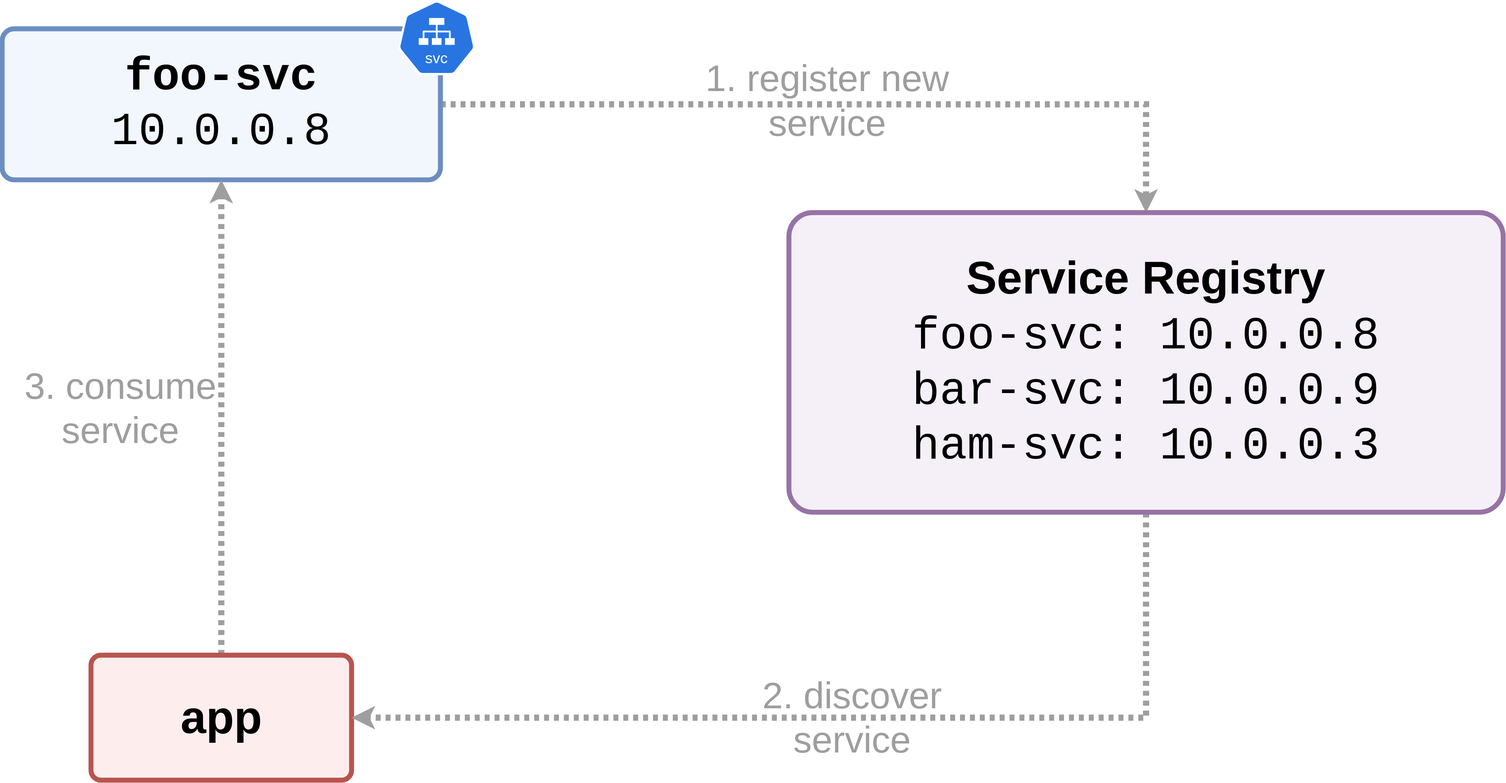
This is images/svc-2.svg from Braundo/kubernetes-guide, a draw.io export, as it was before one commit. Source tidied: cells renumbered, new cells last; positions are measured from the earlier drawing's top-left corner, leaving out a move shared by most shapes. The source it was exported from:
```xml
<mxGraphModel>
  <root>
    <mxCell id="0" />
    <mxCell id="1" parent="0" />
    <mxCell id="2" value="1. register new&lt;div style=&quot;font-size: 60px;&quot;&gt;service&lt;/div&gt;" style="edgeStyle=orthogonalEdgeStyle;rounded=0;jettySize=auto;html=1;exitX=1;exitY=0.5;exitDx=0;exitDy=0;entryX=0.5;entryY=0;entryDx=0;entryDy=0;strokeWidth=10;strokeColor=#9e9e9e;flowAnimation=1;labelBackgroundColor=none;fontColor=#9e9e9e;fontSize=60;" parent="1" edge="1" source="3" target="7">
      <mxGeometry x="-0.05" y="6" relative="1" as="geometry" />
    </mxCell>
    <mxCell id="3" value="&lt;b style=&quot;font-size: 74px;&quot;&gt;foo-svc&lt;/b&gt;&lt;div style=&quot;font-size: 74px;&quot;&gt;10.0.0.8&lt;/div&gt;" style="rounded=1;whiteSpace=wrap;html=1;arcSize=8;fillColor=#dae8fc;strokeColor=#6c8ebf;strokeWidth=8;fillOpacity=35;fontSize=74;fontFamily=Courier New;" parent="1" vertex="1">
      <mxGeometry y="46" width="708" height="244" as="geometry" />
    </mxCell>
    <mxCell id="4" value="3. consume&lt;div style=&quot;font-size: 60px;&quot;&gt;service&lt;/div&gt;" style="edgeStyle=orthogonalEdgeStyle;rounded=0;jettySize=auto;html=1;exitX=0.5;exitY=0;exitDx=0;exitDy=0;entryX=0.5;entryY=1;entryDx=0;entryDy=0;strokeWidth=10;strokeColor=#9e9e9e;flowAnimation=1;labelBackgroundColor=none;fontColor=#9e9e9e;fontSize=60;" parent="1" edge="1" source="5" target="3">
      <mxGeometry x="0.04" y="163" relative="1" as="geometry">
        <mxPoint y="1" as="offset" />
      </mxGeometry>
    </mxCell>
    <mxCell id="5" value="&lt;b&gt;app&lt;/b&gt;" style="rounded=1;whiteSpace=wrap;html=1;arcSize=8;fillColor=#f8cecc;strokeColor=#b85450;strokeWidth=8;fillOpacity=35;fontSize=74;fontFamily=Helvetica;" parent="1" vertex="1">
      <mxGeometry x="143.5" y="1058" width="421" height="202" as="geometry" />
    </mxCell>
    <mxCell id="6" value="2. discover&lt;div style=&quot;font-size: 60px;&quot;&gt;service&lt;/div&gt;" style="edgeStyle=orthogonalEdgeStyle;rounded=0;jettySize=auto;html=1;exitX=0.5;exitY=1;exitDx=0;exitDy=0;entryX=1;entryY=0.5;entryDx=0;entryDy=0;strokeWidth=10;strokeColor=#9e9e9e;flowAnimation=1;labelBackgroundColor=none;fontColor=#9e9e9e;fontSize=60;" parent="1" edge="1" source="7" target="5">
      <mxGeometry relative="1" as="geometry" />
    </mxCell>
    <mxCell id="7" value="&lt;div style=&quot;font-size: 74px;&quot;&gt;&lt;b&gt;&lt;font face=&quot;Helvetica&quot;&gt;Service Registry&lt;/font&gt;&lt;/b&gt;&lt;/div&gt;&lt;div style=&quot;font-size: 74px;&quot;&gt;foo-svc: 10.0.0.8&lt;/div&gt;&lt;div style=&quot;font-size: 74px;&quot;&gt;bar-svc: 10.0.0.9&lt;br&gt;&lt;/div&gt;&lt;div style=&quot;font-size: 74px;&quot;&gt;ham-svc: 10.0.0.3&lt;br&gt;&lt;/div&gt;" style="rounded=1;whiteSpace=wrap;html=1;arcSize=8;fillColor=#e1d5e7;strokeColor=#9673a6;strokeWidth=8;fillOpacity=35;fontSize=74;fontFamily=Courier New;" parent="1" vertex="1">
      <mxGeometry x="1271" y="343" width="1154" height="484" as="geometry" />
    </mxCell>
    <mxCell id="8" style="sketch=0;html=1;dashed=0;whitespace=wrap;fillColor=#2875E2;strokeColor=#ffffff;shape=mxgraph.kubernetes.icon2;kubernetesLabel=1;prIcon=svc;" parent="1" vertex="1">
      <mxGeometry x="639" width="126" height="121" as="geometry" />
    </mxCell>
  </root>
</mxGraphModel>
```
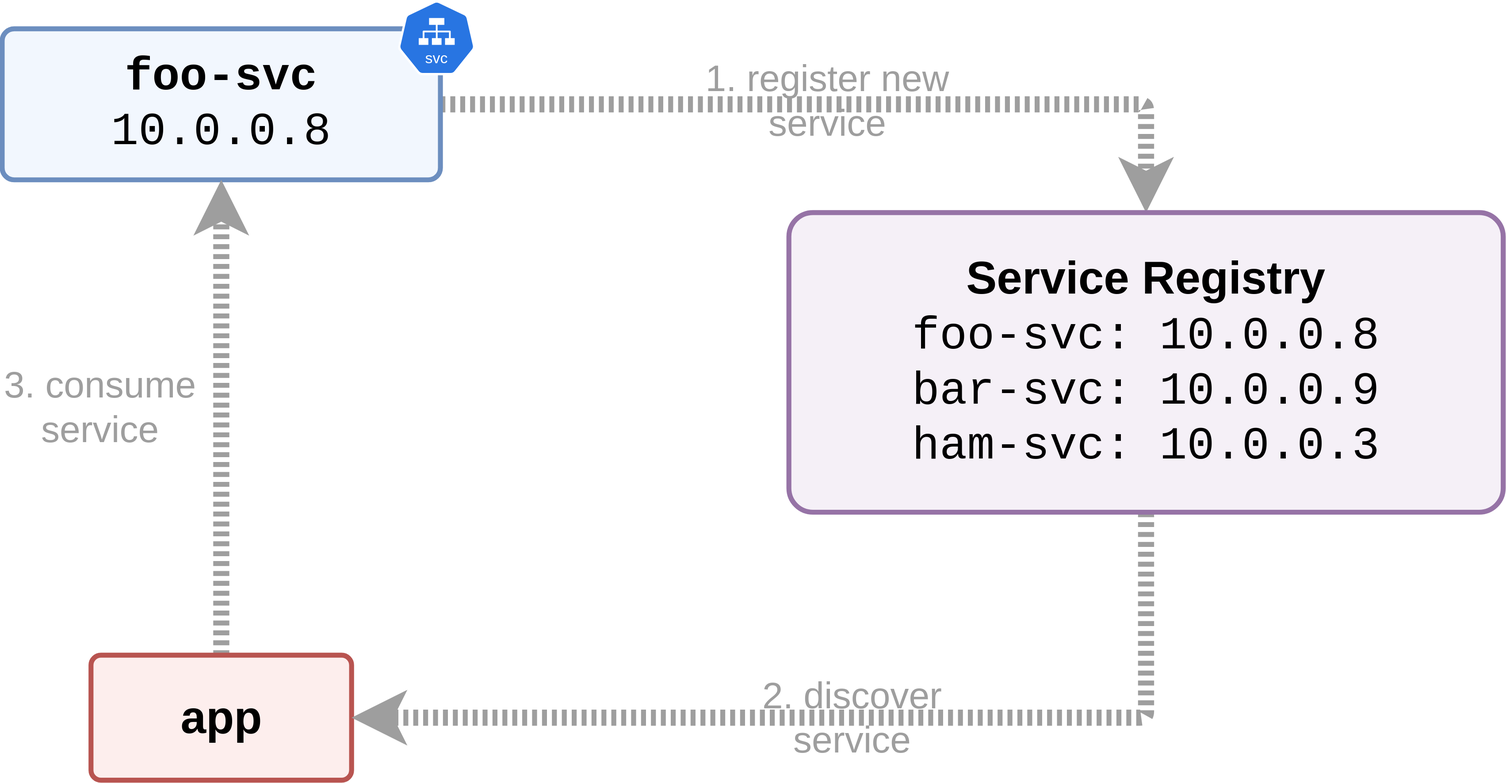
Above is the later version.

What changed in the source:
```diff
@@ -2,21 +2,21 @@
   <root>
     <mxCell id="0" />
     <mxCell id="1" parent="0" />
-    <mxCell id="2" value="1. register new&lt;div style=&quot;font-size: 60px;&quot;&gt;service&lt;/div&gt;" style="edgeStyle=orthogonalEdgeStyle;rounded=0;jettySize=auto;html=1;exitX=1;exitY=0.5;exitDx=0;exitDy=0;entryX=0.5;entryY=0;entryDx=0;entryDy=0;strokeWidth=10;strokeColor=#9e9e9e;flowAnimation=1;labelBackgroundColor=none;fontColor=#9e9e9e;fontSize=60;" parent="1" edge="1" source="3" target="7">
+    <mxCell id="2" value="1. register new&lt;div style=&quot;font-size: 60px;&quot;&gt;service&lt;/div&gt;" style="edgeStyle=orthogonalEdgeStyle;rounded=1;jettySize=auto;html=1;exitX=1;exitY=0.5;exitDx=0;exitDy=0;entryX=0.5;entryY=0;entryDx=0;entryDy=0;strokeWidth=26;strokeColor=#9e9e9e;flowAnimation=1;labelBackgroundColor=none;fontColor=#9e9e9e;fontSize=60;spacing=2;curved=0;" parent="1" edge="1" source="3" target="7">
       <mxGeometry x="-0.05" y="6" relative="1" as="geometry" />
     </mxCell>
     <mxCell id="3" value="&lt;b style=&quot;font-size: 74px;&quot;&gt;foo-svc&lt;/b&gt;&lt;div style=&quot;font-size: 74px;&quot;&gt;10.0.0.8&lt;/div&gt;" style="rounded=1;whiteSpace=wrap;html=1;arcSize=8;fillColor=#dae8fc;strokeColor=#6c8ebf;strokeWidth=8;fillOpacity=35;fontSize=74;fontFamily=Courier New;" parent="1" vertex="1">
       <mxGeometry y="46" width="708" height="244" as="geometry" />
     </mxCell>
-    <mxCell id="4" value="3. consume&lt;div style=&quot;font-size: 60px;&quot;&gt;service&lt;/div&gt;" style="edgeStyle=orthogonalEdgeStyle;rounded=0;jettySize=auto;html=1;exitX=0.5;exitY=0;exitDx=0;exitDy=0;entryX=0.5;entryY=1;entryDx=0;entryDy=0;strokeWidth=10;strokeColor=#9e9e9e;flowAnimation=1;labelBackgroundColor=none;fontColor=#9e9e9e;fontSize=60;" parent="1" edge="1" source="5" target="3">
-      <mxGeometry x="0.04" y="163" relative="1" as="geometry">
-        <mxPoint y="1" as="offset" />
+    <mxCell id="4" value="3. consume&lt;div style=&quot;font-size: 60px;&quot;&gt;service&lt;/div&gt;" style="edgeStyle=orthogonalEdgeStyle;rounded=0;jettySize=auto;html=1;exitX=0.5;exitY=0;exitDx=0;exitDy=0;entryX=0.5;entryY=1;entryDx=0;entryDy=0;strokeWidth=26;strokeColor=#9e9e9e;flowAnimation=1;labelBackgroundColor=none;fontColor=#9e9e9e;fontSize=60;" parent="1" edge="1" source="5" target="3">
+      <mxGeometry x="0.04" y="196" relative="1" as="geometry">
+        <mxPoint y="-1" as="offset" />
       </mxGeometry>
     </mxCell>
     <mxCell id="5" value="&lt;b&gt;app&lt;/b&gt;" style="rounded=1;whiteSpace=wrap;html=1;arcSize=8;fillColor=#f8cecc;strokeColor=#b85450;strokeWidth=8;fillOpacity=35;fontSize=74;fontFamily=Helvetica;" parent="1" vertex="1">
       <mxGeometry x="143.5" y="1058" width="421" height="202" as="geometry" />
     </mxCell>
-    <mxCell id="6" value="2. discover&lt;div style=&quot;font-size: 60px;&quot;&gt;service&lt;/div&gt;" style="edgeStyle=orthogonalEdgeStyle;rounded=0;jettySize=auto;html=1;exitX=0.5;exitY=1;exitDx=0;exitDy=0;entryX=1;entryY=0.5;entryDx=0;entryDy=0;strokeWidth=10;strokeColor=#9e9e9e;flowAnimation=1;labelBackgroundColor=none;fontColor=#9e9e9e;fontSize=60;" parent="1" edge="1" source="7" target="5">
+    <mxCell id="6" value="2. discover&lt;div style=&quot;font-size: 60px;&quot;&gt;service&lt;/div&gt;" style="edgeStyle=orthogonalEdgeStyle;rounded=1;jettySize=auto;html=1;exitX=0.5;exitY=1;exitDx=0;exitDy=0;entryX=1;entryY=0.5;entryDx=0;entryDy=0;strokeWidth=26;strokeColor=#9e9e9e;flowAnimation=1;labelBackgroundColor=none;fontColor=#9e9e9e;fontSize=60;curved=0;" parent="1" edge="1" source="7" target="5">
       <mxGeometry relative="1" as="geometry" />
     </mxCell>
     <mxCell id="7" value="&lt;div style=&quot;font-size: 74px;&quot;&gt;&lt;b&gt;&lt;font face=&quot;Helvetica&quot;&gt;Service Registry&lt;/font&gt;&lt;/b&gt;&lt;/div&gt;&lt;div style=&quot;font-size: 74px;&quot;&gt;foo-svc: 10.0.0.8&lt;/div&gt;&lt;div style=&quot;font-size: 74px;&quot;&gt;bar-svc: 10.0.0.9&lt;br&gt;&lt;/div&gt;&lt;div style=&quot;font-size: 74px;&quot;&gt;ham-svc: 10.0.0.3&lt;br&gt;&lt;/div&gt;" style="rounded=1;whiteSpace=wrap;html=1;arcSize=8;fillColor=#e1d5e7;strokeColor=#9673a6;strokeWidth=8;fillOpacity=35;fontSize=74;fontFamily=Courier New;" parent="1" vertex="1">
```
